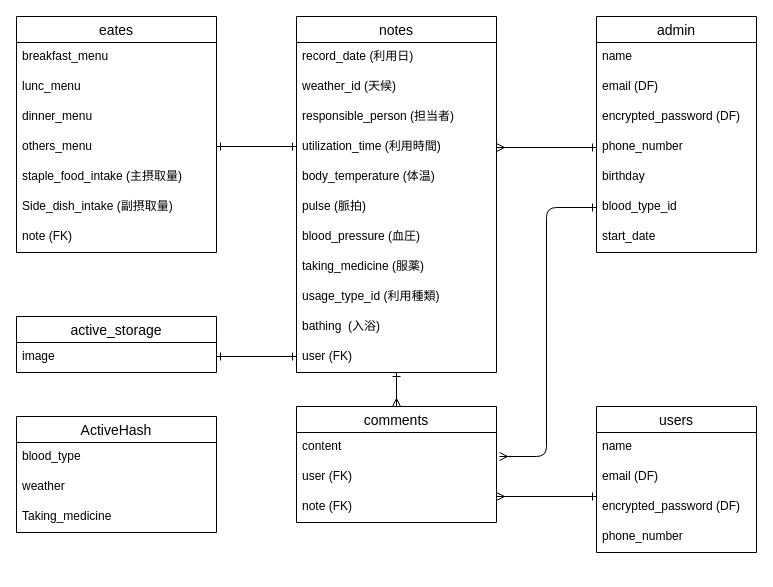
NRM129/ohana keeps this draw.io diagram as ohana.dio. Above is the earlier version. Source tidied: cells renumbered, new cells numbered last; positions are measured from the earlier drawing's top-left corner, leaving out a move shared by most shapes. Both pictures are drawn from the tidied source at 100%, with x=0, y=0 at pixel (16, 16).
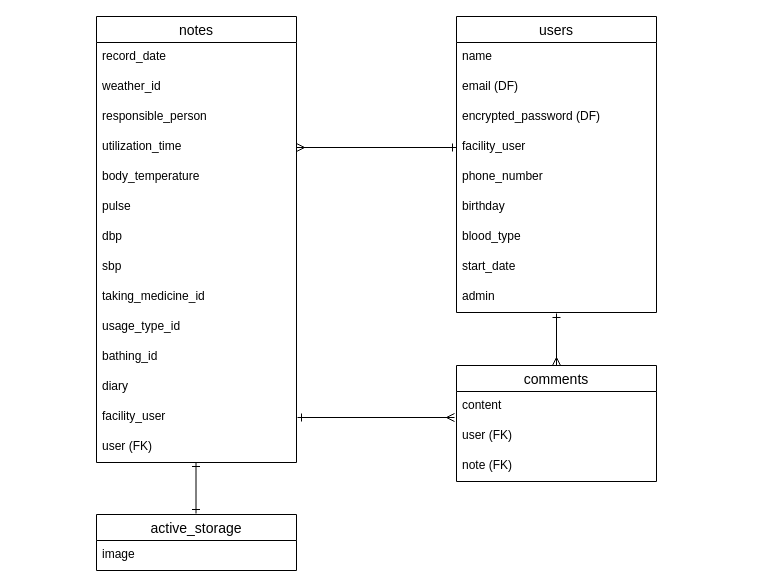
Above is the later version.

The change refers to these unchanged cells:
```xml
<mxCell id="35" value="content" style="text;strokeColor=none;fillColor=none;spacingLeft=4;spacingRight=4;overflow=hidden;points=[[0,0.5],[1,0.5]];portConstraint=eastwest;fontSize=12;" parent="34" vertex="1">
  <mxGeometry y="26" width="200" height="30" as="geometry" />
</mxCell>
```

What changed in the source:
```diff
@@
-    <mxCell id="2" value="admin" style="swimlane;fontStyle=0;horizontal=1;startSize=26;align=center;fontSize=14;" parent="1" vertex="1">
-      <mxGeometry x="580" width="160" height="236" as="geometry" />
+    <mxCell id="2" value="users" style="swimlane;fontStyle=0;horizontal=1;startSize=26;align=center;fontSize=14;" parent="1" vertex="1">
+      <mxGeometry x="440" width="200" height="296" as="geometry" />
     </mxCell>
     <mxCell id="3" value="name" style="text;strokeColor=none;fillColor=none;spacingLeft=4;spacingRight=4;overflow=hidden;fontSize=12;" parent="2" vertex="1">
-      <mxGeometry y="26" width="160" height="30" as="geometry" />
+      <mxGeometry y="26" width="200" height="30" as="geometry" />
     </mxCell>
     <mxCell id="4" value="email (DF)" style="text;strokeColor=none;fillColor=none;spacingLeft=4;spacingRight=4;overflow=hidden;fontSize=12;" parent="2" vertex="1">
-      <mxGeometry y="56" width="160" height="30" as="geometry" />
+      <mxGeometry y="56" width="200" height="30" as="geometry" />
     </mxCell>
     <mxCell id="5" value="encrypted_password (DF)" style="text;strokeColor=none;fillColor=none;spacingLeft=4;spacingRight=4;overflow=hidden;fontSize=12;" parent="2" vertex="1">
-      <mxGeometry y="86" width="160" height="30" as="geometry" />
+      <mxGeometry y="86" width="200" height="30" as="geometry" />
     </mxCell>
+    <mxCell id="48" value="facility_user" style="text;strokeColor=none;fillColor=none;spacingLeft=4;spacingRight=4;overflow=hidden;points=[[0,0.5],[1,0.5]];portConstraint=eastwest;fontSize=12;" parent="2" vertex="1">
+      <mxGeometry y="116" width="200" height="30" as="geometry" />
+    </mxCell>
     <mxCell id="6" value="phone_number" style="text;strokeColor=none;fillColor=none;spacingLeft=4;spacingRight=4;overflow=hidden;points=[[0,0.5],[1,0.5]];portConstraint=eastwest;fontSize=12;" parent="2" vertex="1">
-      <mxGeometry y="116" width="160" height="30" as="geometry" />
+      <mxGeometry y="146" width="200" height="30" as="geometry" />
     </mxCell>
     <mxCell id="7" value="birthday" style="text;strokeColor=none;fillColor=none;spacingLeft=4;spacingRight=4;overflow=hidden;fontSize=12;" parent="2" vertex="1">
-      <mxGeometry y="146" width="160" height="30" as="geometry" />
+      <mxGeometry y="176" width="200" height="30" as="geometry" />
     </mxCell>
-    <mxCell id="8" value="blood_type_id" style="text;strokeColor=none;fillColor=none;spacingLeft=4;spacingRight=4;overflow=hidden;points=[[0,0.5],[1,0.5]];portConstraint=eastwest;fontSize=12;" parent="2" vertex="1">
-      <mxGeometry y="176" width="160" height="30" as="geometry" />
+    <mxCell id="8" value="blood_type" style="text;strokeColor=none;fillColor=none;spacingLeft=4;spacingRight=4;overflow=hidden;points=[[0,0.5],[1,0.5]];portConstraint=eastwest;fontSize=12;" parent="2" vertex="1">
+      <mxGeometry y="206" width="200" height="30" as="geometry" />
     </mxCell>
+    <mxCell id="51" value="start_date" style="text;strokeColor=none;fillColor=none;spacingLeft=4;spacingRight=4;overflow=hidden;fontSize=12;" parent="2" vertex="1">
+      <mxGeometry y="236" width="200" height="30" as="geometry" />
+    </mxCell>
-    <mxCell id="9" value="start_date" style="text;strokeColor=none;fillColor=none;spacingLeft=4;spacingRight=4;overflow=hidden;points=[[0,0.5],[1,0.5]];portConstraint=eastwest;fontSize=12;" parent="2" vertex="1">
-      <mxGeometry y="206" width="160" height="30" as="geometry" />
+    <mxCell id="9" value="admin" style="text;strokeColor=none;fillColor=none;spacingLeft=4;spacingRight=4;overflow=hidden;points=[[0,0.5],[1,0.5]];portConstraint=eastwest;fontSize=12;" parent="2" vertex="1">
+      <mxGeometry y="266" width="200" height="30" as="geometry" />
     </mxCell>
     <mxCell id="10" value="notes" style="swimlane;fontStyle=0;horizontal=1;startSize=26;align=center;fontSize=14;" parent="1" vertex="1">
-      <mxGeometry x="280" width="200" height="356" as="geometry" />
+      <mxGeometry x="80" width="200" height="446" as="geometry" />
     </mxCell>
-    <mxCell id="11" value="record_date (利用日)" style="text;strokeColor=none;fillColor=none;spacingLeft=4;spacingRight=4;overflow=hidden;fontSize=12;" parent="10" vertex="1">
+    <mxCell id="11" value="record_date" style="text;strokeColor=none;fillColor=none;spacingLeft=4;spacingRight=4;overflow=hidden;fontSize=12;" parent="10" vertex="1">
       <mxGeometry y="26" width="200" height="30" as="geometry" />
     </mxCell>
-    <mxCell id="12" value="weather_id (天候)" style="text;strokeColor=none;fillColor=none;spacingLeft=4;spacingRight=4;overflow=hidden;fontSize=12;" parent="10" vertex="1">
+    <mxCell id="12" value="weather_id" style="text;strokeColor=none;fillColor=none;spacingLeft=4;spacingRight=4;overflow=hidden;fontSize=12;" parent="10" vertex="1">
       <mxGeometry y="56" width="200" height="30" as="geometry" />
     </mxCell>
-    <mxCell id="13" value="responsible_person (担当者)" style="text;strokeColor=none;fillColor=none;spacingLeft=4;spacingRight=4;overflow=hidden;fontSize=12;" parent="10" vertex="1">
+    <mxCell id="13" value="responsible_person" style="text;strokeColor=none;fillColor=none;spacingLeft=4;spacingRight=4;overflow=hidden;fontSize=12;" parent="10" vertex="1">
       <mxGeometry y="86" width="200" height="30" as="geometry" />
     </mxCell>
-    <mxCell id="14" value="utilization_time (利用時間)" style="text;strokeColor=none;fillColor=none;spacingLeft=4;spacingRight=4;overflow=hidden;points=[[0,0.5],[1,0.5]];portConstraint=eastwest;fontSize=12;" parent="10" vertex="1">
+    <mxCell id="14" value="utilization_time" style="text;strokeColor=none;fillColor=none;spacingLeft=4;spacingRight=4;overflow=hidden;points=[[0,0.5],[1,0.5]];portConstraint=eastwest;fontSize=12;" parent="10" vertex="1">
       <mxGeometry y="116" width="200" height="30" as="geometry" />
     </mxCell>
-    <mxCell id="15" value="body_temperature (体温)" style="text;strokeColor=none;fillColor=none;spacingLeft=4;spacingRight=4;overflow=hidden;fontSize=12;" parent="10" vertex="1">
+    <mxCell id="15" value="body_temperature" style="text;strokeColor=none;fillColor=none;spacingLeft=4;spacingRight=4;overflow=hidden;fontSize=12;" parent="10" vertex="1">
       <mxGeometry y="146" width="200" height="30" as="geometry" />
     </mxCell>
-    <mxCell id="16" value="pulse (脈拍)" style="text;strokeColor=none;fillColor=none;spacingLeft=4;spacingRight=4;overflow=hidden;fontSize=12;" parent="10" vertex="1">
+    <mxCell id="16" value="pulse" style="text;strokeColor=none;fillColor=none;spacingLeft=4;spacingRight=4;overflow=hidden;fontSize=12;" parent="10" vertex="1">
       <mxGeometry y="176" width="200" height="30" as="geometry" />
     </mxCell>
+    <mxCell id="52" value="dbp" style="text;strokeColor=none;fillColor=none;spacingLeft=4;spacingRight=4;overflow=hidden;fontSize=12;" parent="10" vertex="1">
+      <mxGeometry y="206" width="200" height="30" as="geometry" />
+    </mxCell>
-    <mxCell id="17" value="blood_pressure (血圧)" style="text;strokeColor=none;fillColor=none;spacingLeft=4;spacingRight=4;overflow=hidden;fontSize=12;" parent="10" vertex="1">
-      <mxGeometry y="206" width="200" height="30" as="geometry" />
+    <mxCell id="17" value="sbp" style="text;strokeColor=none;fillColor=none;spacingLeft=4;spacingRight=4;overflow=hidden;fontSize=12;" parent="10" vertex="1">
+      <mxGeometry y="236" width="200" height="30" as="geometry" />
     </mxCell>
-    <mxCell id="18" value="taking_medicine (服薬)" style="text;strokeColor=none;fillColor=none;spacingLeft=4;spacingRight=4;overflow=hidden;fontSize=12;" parent="10" vertex="1">
-      <mxGeometry y="236" width="200" height="30" as="geometry" />
+    <mxCell id="18" value="taking_medicine_id" style="text;strokeColor=none;fillColor=none;spacingLeft=4;spacingRight=4;overflow=hidden;fontSize=12;" parent="10" vertex="1">
+      <mxGeometry y="266" width="200" height="30" as="geometry" />
     </mxCell>
-    <mxCell id="19" value="usage_type_id (利用種類)" style="text;strokeColor=none;fillColor=none;spacingLeft=4;spacingRight=4;overflow=hidden;fontSize=12;" parent="10" vertex="1">
-      <mxGeometry y="266" width="200" height="30" as="geometry" />
+    <mxCell id="19" value="usage_type_id" style="text;strokeColor=none;fillColor=none;spacingLeft=4;spacingRight=4;overflow=hidden;fontSize=12;" parent="10" vertex="1">
+      <mxGeometry y="296" width="200" height="30" as="geometry" />
     </mxCell>
+    <mxCell id="53" value="bathing_id" style="text;strokeColor=none;fillColor=none;spacingLeft=4;spacingRight=4;overflow=hidden;fontSize=12;" parent="10" vertex="1">
+      <mxGeometry y="326" width="200" height="30" as="geometry" />
+    </mxCell>
+    <mxCell id="54" value="diary" style="text;strokeColor=none;fillColor=none;spacingLeft=4;spacingRight=4;overflow=hidden;fontSize=12;" parent="10" vertex="1">
+      <mxGeometry y="356" width="200" height="30" as="geometry" />
+    </mxCell>
-    <mxCell id="20" value="bathing  (入浴)" style="text;strokeColor=none;fillColor=none;spacingLeft=4;spacingRight=4;overflow=hidden;fontSize=12;" parent="10" vertex="1">
-      <mxGeometry y="296" width="200" height="30" as="geometry" />
+    <mxCell id="20" value="facility_user" style="text;strokeColor=none;fillColor=none;spacingLeft=4;spacingRight=4;overflow=hidden;fontSize=12;" parent="10" vertex="1">
+      <mxGeometry y="386" width="200" height="30" as="geometry" />
     </mxCell>
     <mxCell id="21" value="user (FK)" style="text;strokeColor=none;fillColor=none;spacingLeft=4;spacingRight=4;overflow=hidden;points=[[0,0.5],[1,0.5]];portConstraint=eastwest;fontSize=12;" parent="10" vertex="1">
-      <mxGeometry y="326" width="200" height="30" as="geometry" />
+      <mxGeometry y="416" width="200" height="30" as="geometry" />
     </mxCell>
-    <mxCell id="22" value="eates" style="swimlane;fontStyle=0;horizontal=1;startSize=26;align=center;fontSize=14;" parent="1" vertex="1">
-      <mxGeometry width="200" height="236" as="geometry" />
-    </mxCell>
-    <mxCell id="23" value="breakfast_menu" style="text;strokeColor=none;fillColor=none;spacingLeft=4;spacingRight=4;overflow=hidden;fontSize=12;" parent="22" vertex="1">
-      <mxGeometry y="26" width="200" height="30" as="geometry" />
-    </mxCell>
-    <mxCell id="24" value="lunc_menu" style="text;strokeColor=none;fillColor=none;spacingLeft=4;spacingRight=4;overflow=hidden;fontSize=12;" parent="22" vertex="1">
-      <mxGeometry y="56" width="200" height="30" as="geometry" />
-    </mxCell>
-    <mxCell id="25" value="dinner_menu" style="text;strokeColor=none;fillColor=none;spacingLeft=4;spacingRight=4;overflow=hidden;fontSize=12;" parent="22" vertex="1">
-      <mxGeometry y="86" width="200" height="30" as="geometry" />
-    </mxCell>
-    <mxCell id="26" value="others_menu" style="text;strokeColor=none;fillColor=none;spacingLeft=4;spacingRight=4;overflow=hidden;fontSize=12;" parent="22" vertex="1">
-      <mxGeometry y="116" width="200" height="30" as="geometry" />
-    </mxCell>
-    <mxCell id="27" value="staple_food_intake (主摂取量)" style="text;strokeColor=none;fillColor=none;spacingLeft=4;spacingRight=4;overflow=hidden;fontSize=12;" parent="22" vertex="1">
-      <mxGeometry y="146" width="200" height="30" as="geometry" />
-    </mxCell>
-    <mxCell id="28" value="Side_dish_intake (副摂取量)" style="text;strokeColor=none;fillColor=none;spacingLeft=4;spacingRight=4;overflow=hidden;fontSize=12;" parent="22" vertex="1">
-      <mxGeometry y="176" width="200" height="30" as="geometry" />
-    </mxCell>
-    <mxCell id="29" value="note (FK)" style="text;strokeColor=none;fillColor=none;spacingLeft=4;spacingRight=4;overflow=hidden;fontSize=12;" parent="22" vertex="1">
-      <mxGeometry y="206" width="200" height="30" as="geometry" />
-    </mxCell>
-    <mxCell id="30" value="ActiveHash" style="swimlane;fontStyle=0;horizontal=1;startSize=26;align=center;fontSize=14;" parent="1" vertex="1">
-      <mxGeometry y="400" width="200" height="116" as="geometry" />
-    </mxCell>
-    <mxCell id="31" value="blood_type" style="text;strokeColor=none;fillColor=none;spacingLeft=4;spacingRight=4;overflow=hidden;fontSize=12;" parent="30" vertex="1">
-      <mxGeometry y="26" width="200" height="30" as="geometry" />
-    </mxCell>
-    <mxCell id="32" value="weather" style="text;strokeColor=none;fillColor=none;spacingLeft=4;spacingRight=4;overflow=hidden;fontSize=12;" parent="30" vertex="1">
-      <mxGeometry y="56" width="200" height="30" as="geometry" />
-    </mxCell>
-    <mxCell id="33" value="Taking_medicine" style="text;strokeColor=none;fillColor=none;spacingLeft=4;spacingRight=4;overflow=hidden;fontSize=12;" parent="30" vertex="1">
-      <mxGeometry y="86" width="200" height="30" as="geometry" />
-    </mxCell>
+    <mxCell id="38" value="active_storage" style="swimlane;fontStyle=0;horizontal=1;startSize=26;align=center;fontSize=14;" parent="1" vertex="1">
+      <mxGeometry x="80" y="498" width="200" height="56" as="geometry" />
+    </mxCell>
+    <mxCell id="39" value="image" style="text;strokeColor=none;fillColor=none;spacingLeft=4;spacingRight=4;overflow=hidden;fontSize=12;" parent="38" vertex="1">
+      <mxGeometry y="26" width="200" height="30" as="geometry" />
+    </mxCell>
+    <mxCell id="42" style="edgeStyle=none;html=1;startArrow=ERmany;startFill=0;endArrow=ERone;endFill=0;entryX=0;entryY=0.5;entryDx=0;entryDy=0;exitX=1;exitY=0.5;exitDx=0;exitDy=0;" parent="1" edge="1" source="14" target="48">
+      <mxGeometry relative="1" as="geometry" />
+    </mxCell>
+    <mxCell id="50" style="edgeStyle=none;html=1;startArrow=ERmany;startFill=0;endArrow=ERone;endFill=0;entryX=1;entryY=0.5;entryDx=0;entryDy=0;exitX=-0.015;exitY=0.867;exitDx=0;exitDy=0;exitPerimeter=0;" parent="1" edge="1">
+      <mxGeometry relative="1" as="geometry">
+        <mxPoint x="438" y="401" as="sourcePoint" />
+        <mxPoint x="281" y="401" as="targetPoint" />
+      </mxGeometry>
+    </mxCell>
     <mxCell id="34" value="comments" style="swimlane;fontStyle=0;horizontal=1;startSize=26;align=center;fontSize=14;" parent="1" vertex="1">
-      <mxGeometry x="280" y="390" width="200" height="116" as="geometry" />
+      <mxGeometry x="440" y="349" width="200" height="116" as="geometry" />
     </mxCell>
@@
-    <mxCell id="38" value="active_storage" style="swimlane;fontStyle=0;horizontal=1;startSize=26;align=center;fontSize=14;" parent="1" vertex="1">
-      <mxGeometry y="300" width="200" height="56" as="geometry" />
-    </mxCell>
-    <mxCell id="39" value="image" style="text;strokeColor=none;fillColor=none;spacingLeft=4;spacingRight=4;overflow=hidden;fontSize=12;" parent="38" vertex="1">
-      <mxGeometry y="26" width="200" height="30" as="geometry" />
-    </mxCell>
-    <mxCell id="40" style="edgeStyle=orthogonalEdgeStyle;fontSize=12;html=1;endArrow=ERmany;startArrow=ERone;startFill=0;exitX=0;exitY=0.5;exitDx=0;exitDy=0;entryX=1.015;entryY=0.8;entryDx=0;entryDy=0;entryPerimeter=0;" parent="1" edge="1" source="8" target="35">
-      <mxGeometry relative="1" as="geometry" />
-    </mxCell>
-    <mxCell id="41" style="edgeStyle=none;html=1;startArrow=ERmany;startFill=0;endArrow=ERone;endFill=0;" parent="1" edge="1" target="21">
-      <mxGeometry relative="1" as="geometry">
-        <mxPoint x="380" y="390" as="sourcePoint" />
-      </mxGeometry>
-    </mxCell>
-    <mxCell id="42" style="edgeStyle=none;html=1;startArrow=ERmany;startFill=0;endArrow=ERone;endFill=0;entryX=0;entryY=0.5;entryDx=0;entryDy=0;exitX=1;exitY=0.5;exitDx=0;exitDy=0;" parent="1" edge="1" source="14" target="6">
-      <mxGeometry relative="1" as="geometry" />
-    </mxCell>
-    <mxCell id="43" style="html=1;exitX=1;exitY=0.5;exitDx=0;exitDy=0;endArrow=ERone;endFill=0;startArrow=ERone;startFill=0;" parent="1" edge="1">
-      <mxGeometry relative="1" as="geometry">
-        <mxPoint x="200" y="130" as="sourcePoint" />
-        <mxPoint x="280" y="130" as="targetPoint" />
-      </mxGeometry>
-    </mxCell>
-    <mxCell id="44" style="html=1;exitX=1;exitY=0.5;exitDx=0;exitDy=0;endArrow=ERone;endFill=0;startArrow=ERone;startFill=0;" parent="1" edge="1">
-      <mxGeometry relative="1" as="geometry">
-        <mxPoint x="200" y="340" as="sourcePoint" />
-        <mxPoint x="280" y="340" as="targetPoint" />
-      </mxGeometry>
-    </mxCell>
-    <mxCell id="45" value="users" style="swimlane;fontStyle=0;horizontal=1;startSize=26;align=center;fontSize=14;" parent="1" vertex="1">
-      <mxGeometry x="580" y="390" width="160" height="146" as="geometry" />
-    </mxCell>
-    <mxCell id="46" value="name" style="text;strokeColor=none;fillColor=none;spacingLeft=4;spacingRight=4;overflow=hidden;fontSize=12;" parent="45" vertex="1">
-      <mxGeometry y="26" width="160" height="30" as="geometry" />
-    </mxCell>
-    <mxCell id="47" value="email (DF)" style="text;strokeColor=none;fillColor=none;spacingLeft=4;spacingRight=4;overflow=hidden;fontSize=12;" parent="45" vertex="1">
-      <mxGeometry y="56" width="160" height="30" as="geometry" />
-    </mxCell>
-    <mxCell id="48" value="encrypted_password (DF)" style="text;strokeColor=none;fillColor=none;spacingLeft=4;spacingRight=4;overflow=hidden;points=[[0,0.5],[1,0.5]];portConstraint=eastwest;fontSize=12;" parent="45" vertex="1">
-      <mxGeometry y="86" width="160" height="30" as="geometry" />
-    </mxCell>
-    <mxCell id="49" value="phone_number" style="text;strokeColor=none;fillColor=none;spacingLeft=4;spacingRight=4;overflow=hidden;fontSize=12;" parent="45" vertex="1">
-      <mxGeometry y="116" width="160" height="30" as="geometry" />
-    </mxCell>
-    <mxCell id="50" style="edgeStyle=none;html=1;startArrow=ERmany;startFill=0;endArrow=ERone;endFill=0;entryX=0;entryY=0.5;entryDx=0;entryDy=0;exitX=1;exitY=0.5;exitDx=0;exitDy=0;" parent="1" edge="1">
-      <mxGeometry relative="1" as="geometry">
-        <mxPoint x="480" y="480" as="sourcePoint" />
-        <mxPoint x="580" y="480" as="targetPoint" />
-      </mxGeometry>
-    </mxCell>
+    <mxCell id="55" style="html=1;endArrow=ERone;endFill=0;startArrow=ERone;startFill=0;entryX=0.5;entryY=0;entryDx=0;entryDy=0;exitX=0.5;exitY=1.067;exitDx=0;exitDy=0;exitPerimeter=0;" parent="1" edge="1">
+      <mxGeometry relative="1" as="geometry">
+        <mxPoint x="179.5" y="446" as="sourcePoint" />
+        <mxPoint x="179.5" y="497" as="targetPoint" />
+      </mxGeometry>
+    </mxCell>
+    <mxCell id="56" style="edgeStyle=none;html=1;startArrow=ERmany;startFill=0;endArrow=ERone;endFill=0;exitX=0.5;exitY=0;exitDx=0;exitDy=0;entryX=0.5;entryY=1.033;entryDx=0;entryDy=0;entryPerimeter=0;" parent="1" edge="1" source="34" target="9">
+      <mxGeometry relative="1" as="geometry" />
+    </mxCell>
```
